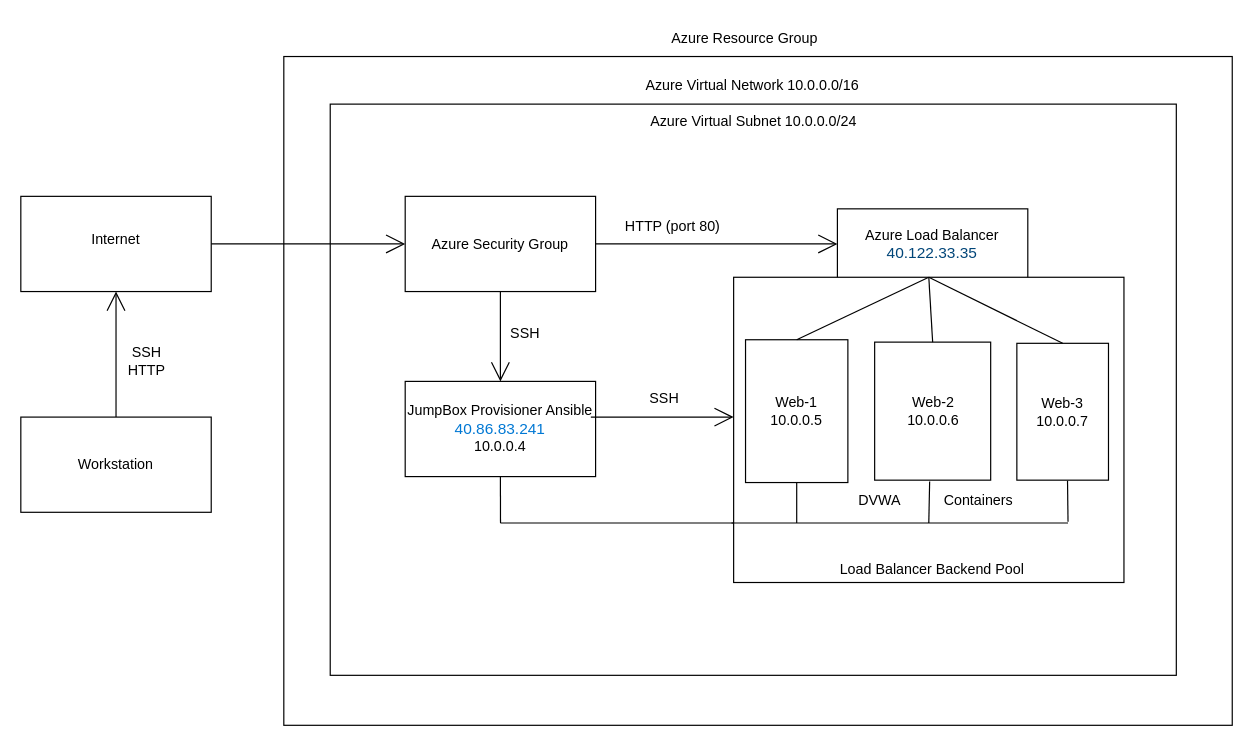
Earlier version of the draw.io diagram HW12CloudUnit.drawio (esteveziegler/literate-octo-sniffle). Source tidied: cells renumbered, new cells numbered last; positions are measured from the earlier drawing's top-left corner, leaving out a move shared by most shapes. Both pictures are drawn from the tidied source at 119%, with x=0, y=0 at pixel (20, 20).
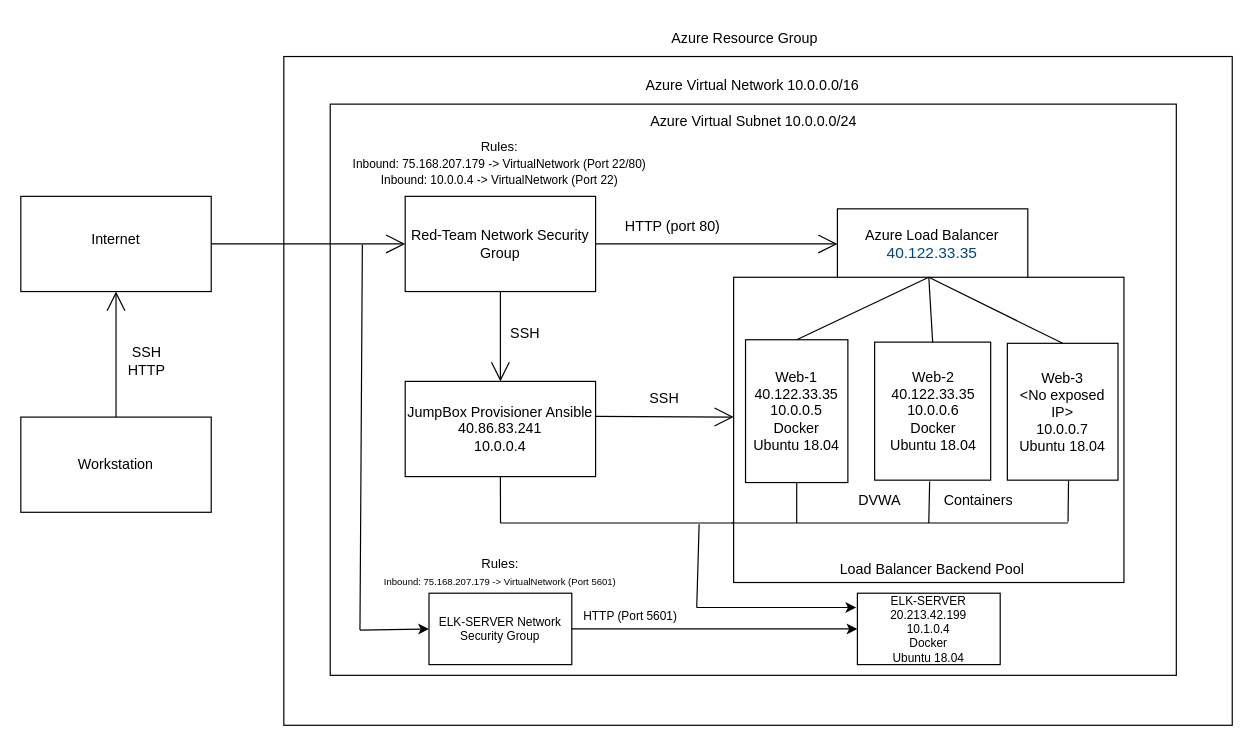
Above is the later version.

Change to the diagram source:
```diff
@@
-    <mxCell id="14" value="Azure Security Group" style="rounded=0;whiteSpace=wrap;html=1;hachureGap=4;" parent="1" vertex="1">
+    <mxCell id="14" value="Red-Team Network Security Group" style="rounded=0;whiteSpace=wrap;html=1;hachureGap=4;" parent="1" vertex="1">
       <mxGeometry x="323" y="147.5" width="160" height="80" as="geometry" />
     </mxCell>
@@
-    <mxCell id="20" value="JumpBox Provisioner Ansible&lt;br&gt;&lt;span style=&quot;color: rgb(0 , 120 , 212) ; font-family: &amp;#34;az_ea_font&amp;#34; , &amp;#34;segoe ui&amp;#34; , &amp;#34;az_font&amp;#34; , , , &amp;#34;blinkmacsystemfont&amp;#34; , &amp;#34;roboto&amp;#34; , &amp;#34;oxygen&amp;#34; , &amp;#34;ubuntu&amp;#34; , &amp;#34;cantarell&amp;#34; , &amp;#34;open sans&amp;#34; , &amp;#34;helvetica neue&amp;#34; , sans-serif ; font-size: 13px&quot;&gt;40.86.83.241&lt;br&gt;&lt;/span&gt;10.0.0.4" style="rounded=0;whiteSpace=wrap;html=1;hachureGap=4;" parent="1" vertex="1">
+    <mxCell id="20" value="JumpBox Provisioner Ansible&lt;br&gt;40.86.83.241&lt;br&gt;10.0.0.4&lt;br&gt;" style="rounded=0;whiteSpace=wrap;html=1;hachureGap=4;" parent="1" vertex="1">
       <mxGeometry x="323" y="303" width="160" height="80" as="geometry" />
     </mxCell>
@@
-    <mxCell id="22" style="edgeStyle=none;orthogonalLoop=1;jettySize=auto;html=1;rounded=0;endArrow=open;startSize=14;endSize=14;sourcePerimeterSpacing=8;targetPerimeterSpacing=8;curved=1;" parent="1" edge="1">
+    <mxCell id="22" style="edgeStyle=none;jettySize=auto;html=1;rounded=0;endArrow=open;startSize=14;endSize=14;sourcePerimeterSpacing=8;targetPerimeterSpacing=8;curved=1;exitX=0.996;exitY=0.368;exitDx=0;exitDy=0;exitPerimeter=0;" parent="1" edge="1" source="20">
       <mxGeometry relative="1" as="geometry">
-        <mxPoint x="479" y="333" as="sourcePoint" />
         <mxPoint x="599" y="333" as="targetPoint" />
       </mxGeometry>
     </mxCell>
@@
-    <mxCell id="24" value="Web-1&lt;br&gt;10.0.0.5" style="rounded=0;whiteSpace=wrap;html=1;hachureGap=4;" parent="1" vertex="1">
+    <mxCell id="24" value="Web-1&lt;br&gt;40.122.33.35&lt;br&gt;10.0.0.5&lt;br&gt;Docker&lt;br&gt;Ubuntu 18.04" style="rounded=0;whiteSpace=wrap;html=1;hachureGap=4;" parent="1" vertex="1">
       <mxGeometry x="609" y="268" width="86" height="120" as="geometry" />
     </mxCell>
-    <mxCell id="25" value="Web-2&lt;br&gt;10.0.0.6" style="rounded=0;whiteSpace=wrap;html=1;hachureGap=4;" parent="1" vertex="1">
+    <mxCell id="25" value="Web-2&lt;br&gt;40.122.33.35&lt;br&gt;10.0.0.6&lt;br&gt;Docker&lt;br&gt;Ubuntu 18.04" style="rounded=0;whiteSpace=wrap;html=1;hachureGap=4;" parent="1" vertex="1">
       <mxGeometry x="717.5" y="270" width="97.5" height="116" as="geometry" />
     </mxCell>
-    <mxCell id="26" value="Web-3&lt;br&gt;10.0.0.7" style="rounded=0;whiteSpace=wrap;html=1;hachureGap=4;" parent="1" vertex="1">
-      <mxGeometry x="837" y="271" width="77" height="115" as="geometry" />
+    <mxCell id="26" value="Web-3&lt;br&gt;&amp;lt;No exposed IP&amp;gt;&lt;br&gt;10.0.0.7&lt;br&gt;Ubuntu 18.04" style="rounded=0;whiteSpace=wrap;html=1;hachureGap=4;" parent="1" vertex="1">
+      <mxGeometry x="829" y="271" width="93" height="115" as="geometry" />
     </mxCell>
@@
+    <mxCell id="41" value="&lt;font&gt;&lt;span style=&quot;font-size: 11px&quot;&gt;Rules:&lt;/span&gt;&lt;br&gt;&lt;font style=&quot;font-size: 10px&quot;&gt;&lt;font&gt;Inbound:&amp;nbsp;&lt;span class=&quot;fxc-gcflink-text&quot;&gt;75.168.207.179 -&amp;gt; VirtualNetwork (Port 22/80)&lt;/span&gt;&lt;/font&gt;&lt;br&gt;&lt;font&gt;I&lt;/font&gt;nbound: 10.0.0.4&amp;nbsp;&lt;span class=&quot;fxc-gcflink-text&quot;&gt;-&amp;gt; VirtualNetwork (Port 22)&lt;/span&gt;&lt;/font&gt;&lt;br&gt;&lt;br&gt;&lt;br&gt;&lt;/font&gt;" style="text;html=1;strokeColor=none;fillColor=none;align=center;verticalAlign=middle;whiteSpace=wrap;rounded=0;" parent="1" vertex="1">
+      <mxGeometry x="271.4" y="77" width="263.2" height="113" as="geometry" />
+    </mxCell>
+    <mxCell id="42" value="&lt;font style=&quot;font-size: 10px&quot;&gt;ELK-SERVER&lt;br&gt;20.213.42.199&lt;br&gt;10.1.0.4&lt;br&gt;Docker&lt;br&gt;Ubuntu 18.04&lt;/font&gt;" style="rounded=0;whiteSpace=wrap;html=1;fontSize=8;" parent="1" vertex="1">
+      <mxGeometry x="703" y="481" width="120" height="60" as="geometry" />
+    </mxCell>
+    <mxCell id="43" value="ELK-SERVER Network Security Group" style="rounded=0;whiteSpace=wrap;html=1;fontSize=10;" parent="1" vertex="1">
+      <mxGeometry x="343" y="481" width="120" height="60" as="geometry" />
+    </mxCell>
+    <mxCell id="44" style="endArrow=classic;html=1;rounded=0;fontSize=10;exitX=1;exitY=0.5;exitDx=0;exitDy=0;entryX=0;entryY=0.5;entryDx=0;entryDy=0;" parent="1" edge="1" source="43" target="42">
+      <mxGeometry relative="1" as="geometry" />
+    </mxCell>
+    <mxCell id="45" value="&lt;font&gt;&lt;span style=&quot;font-size: 11px&quot;&gt;Rules:&lt;/span&gt;&lt;br&gt;&lt;font style=&quot;font-size: 8px&quot;&gt;Inbound:&amp;nbsp;&lt;span class=&quot;fxc-gcflink-text&quot;&gt;75.168.207.179 -&amp;gt; VirtualNetwork (Port 5601)&lt;/span&gt;&lt;/font&gt;&lt;br&gt;&lt;/font&gt;" style="text;html=1;strokeColor=none;fillColor=none;align=center;verticalAlign=middle;whiteSpace=wrap;rounded=0;" parent="1" vertex="1">
+      <mxGeometry x="298.1" y="437" width="209.7" height="51" as="geometry" />
+    </mxCell>
+    <mxCell id="46" value="HTTP (Port 5601)" style="text;html=1;strokeColor=none;fillColor=none;align=center;verticalAlign=middle;whiteSpace=wrap;rounded=0;fontSize=10;" parent="1" vertex="1">
+      <mxGeometry x="470" y="488" width="85" height="23" as="geometry" />
+    </mxCell>
+    <mxCell id="47" style="endArrow=none;html=1;rounded=0;fontSize=10;" parent="1" edge="1">
+      <mxGeometry relative="1" as="geometry">
+        <mxPoint x="568" y="493" as="sourcePoint" />
+        <mxPoint x="570" y="423" as="targetPoint" />
+      </mxGeometry>
+    </mxCell>
+    <mxCell id="48" style="endArrow=classic;html=1;rounded=0;fontSize=10;" parent="1" edge="1">
+      <mxGeometry relative="1" as="geometry">
+        <mxPoint x="568" y="493" as="sourcePoint" />
+        <mxPoint x="702" y="493" as="targetPoint" />
+      </mxGeometry>
+    </mxCell>
+    <mxCell id="49" style="endArrow=none;html=1;rounded=0;fontSize=10;" parent="1" edge="1">
+      <mxGeometry relative="1" as="geometry">
+        <mxPoint x="285" y="512" as="sourcePoint" />
+        <mxPoint x="287" y="188" as="targetPoint" />
+      </mxGeometry>
+    </mxCell>
+    <mxCell id="50" style="endArrow=classic;html=1;rounded=0;fontSize=10;entryX=0;entryY=0.5;entryDx=0;entryDy=0;" parent="1" edge="1" target="43">
+      <mxGeometry relative="1" as="geometry">
+        <mxPoint x="285" y="512" as="sourcePoint" />
+      </mxGeometry>
+    </mxCell>
```
